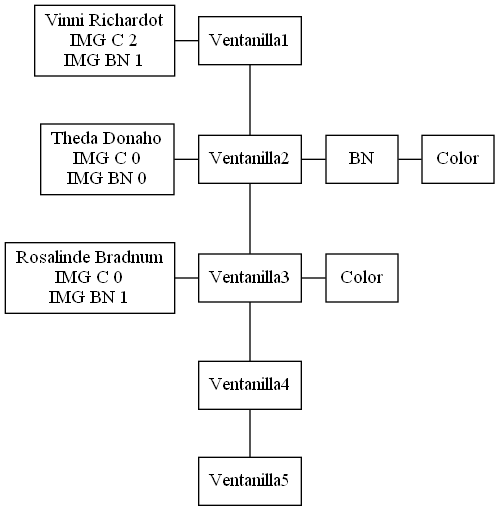
d-acetun/simulacion-sistema-impresion-de-imagenes keeps this Graphviz diagram as Fase1/listaVentanillas.png. Above is the earlier version. Its source is kept beside it as Fase1/listaVentanillas.dot.
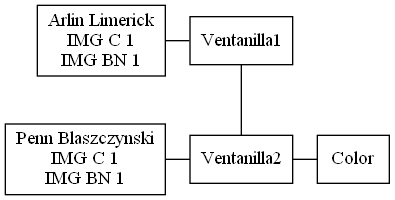
The same diagram one commit later.

What changed in the source:
```diff
@@ -2,31 +2,16 @@
 node[shape=box]
 edge[arrowhead=none]
 0 [label=Ventanilla1]
-1 [label="Vinni Richardot\nIMG C 2\nIMG BN 1"]
+1 [label="Arlin Limerick\nIMG C 1\nIMG BN 1"]
 2 [label=Ventanilla2]
-3 [label="Theda Donaho\nIMG C 0\nIMG BN 0"]
-4[label=BN]
-5[label=Color]
-6 [label=Ventanilla3]
-7 [label="Rosalinde Bradnum\nIMG C 0\nIMG BN 1"]
-8[label=Color]
-9 [label=Ventanilla4]
-10 [label=Ventanilla5]
+3 [label="Penn Blaszczynski\nIMG C 1\nIMG BN 1"]
+4[label=Color]
 1->0
 0->2
 3->2
 2->4
-4->5
-2->6
-7->6
-6->8
-6->9
-9->10
 {rank=same; 1; 0}
 {rank=same; 3; 2}
 {rank=same; 2; 4}
-{rank=same; 4; 5}
-{rank=same; 7; 6}
-{rank=same; 6; 8}
 rankdir=TB
 }
```
